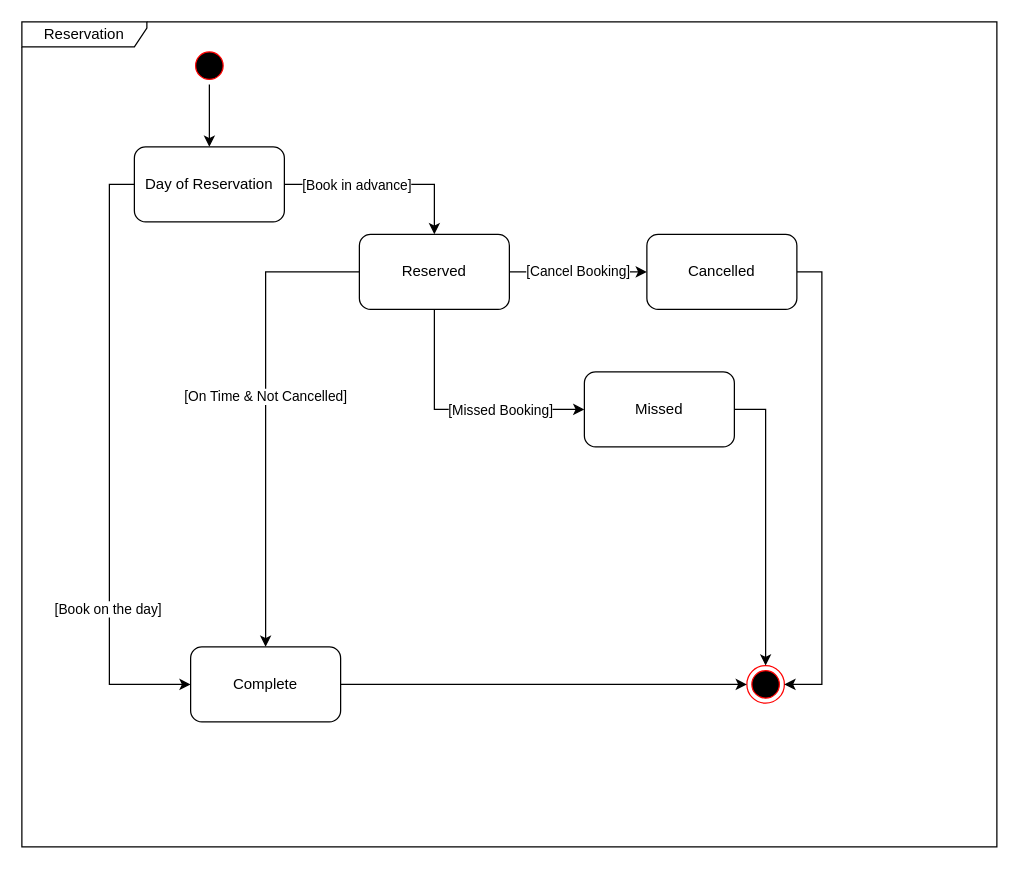
Above: week1/Assign2 Hotel State Diagram.drawio in Darren-ODonnell/BusinessModellingDiagrams (draw.io), before the change. Source tidied: cells renumbered, new cells numbered last; positions are measured from the earlier drawing's top-left corner, leaving out a move shared by most shapes. Both pictures are drawn from the tidied source at 125%, with x=0, y=0 at pixel (21, 21).
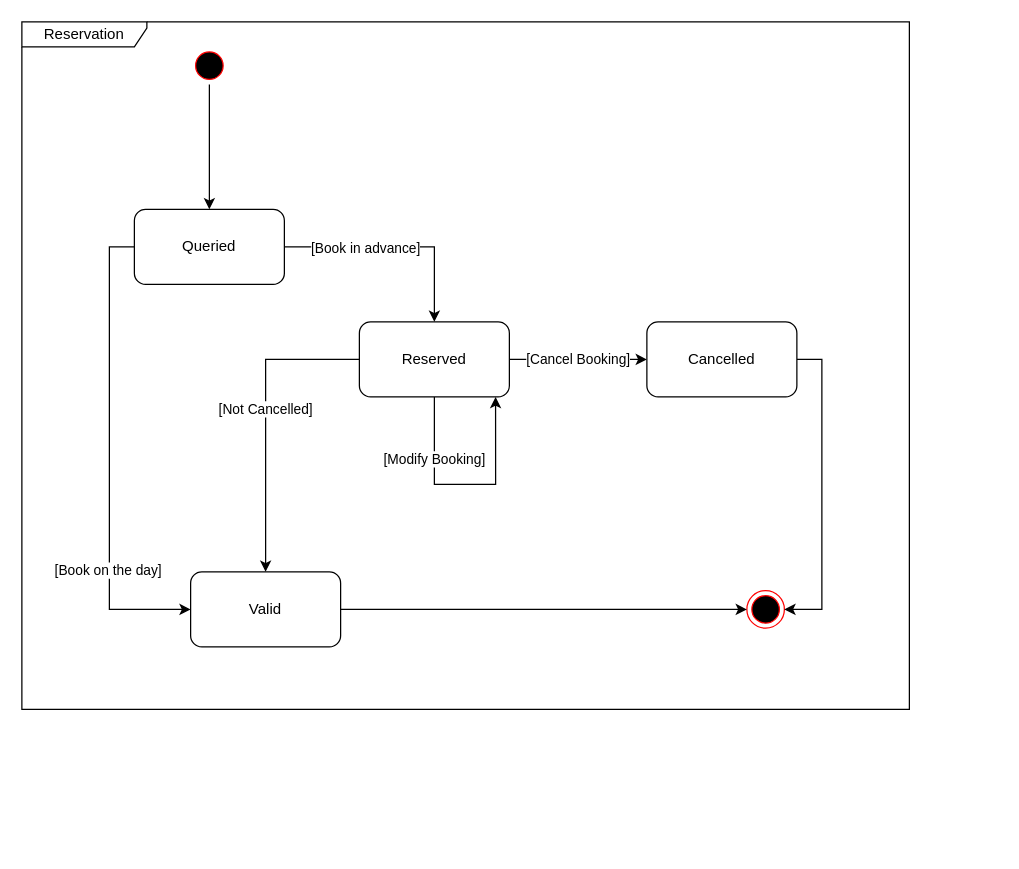
The same page after the edit.

Unchanged cells that the change refers to:
```xml
<mxCell id="4" style="ellipse;html=1;shape=startState;fillColor=#000000;strokeColor=#ff0000;" parent="1" vertex="1">
  <mxGeometry x="135" y="20" width="30" height="30" as="geometry" />
</mxCell>
<mxCell id="8" style="edgeStyle=orthogonalEdgeStyle;rounded=0;jettySize=auto;html=1;" parent="1" edge="1" source="10" target="13">
  <mxGeometry relative="1" as="geometry" />
</mxCell>
```

Diff of the diagram source:
```diff
@@
     <mxCell id="2" value="Reservation" style="shape=umlFrame;whiteSpace=wrap;html=1;width=100;height=20;" parent="1" vertex="1">
-      <mxGeometry width="780" height="660" as="geometry" />
+      <mxGeometry width="710" height="550" as="geometry" />
     </mxCell>
-    <mxCell id="3" style="edgeStyle=orthogonalEdgeStyle;rounded=0;jettySize=auto;html=1;" parent="1" edge="1" source="4" target="18">
-      <mxGeometry relative="1" as="geometry" />
-    </mxCell>
@@
-    <mxCell id="6" style="edgeStyle=orthogonalEdgeStyle;rounded=0;jettySize=auto;html=1;exitX=0.5;exitY=1;exitDx=0;exitDy=0;entryX=0;entryY=0.5;entryDx=0;entryDy=0;" parent="1" edge="1" source="10" target="22">
-      <mxGeometry relative="1" as="geometry">
-        <Array as="points">
-          <mxPoint x="330" y="310" />
-        </Array>
-      </mxGeometry>
-    </mxCell>
-    <mxCell id="7" value="[Missed Booking]" style="edgeLabel;html=1;align=center;verticalAlign=middle;" parent="6" vertex="1">
-      <mxGeometry x="0.19" y="-2" relative="1" as="geometry">
-        <mxPoint x="13" y="-2" as="offset" />
-      </mxGeometry>
-    </mxCell>
@@
-    <mxCell id="9" value="[On Time &amp;amp; Not Cancelled]" style="edgeLabel;html=1;align=center;verticalAlign=middle;" parent="8" vertex="1">
+    <mxCell id="9" value="[Not Cancelled]" style="edgeLabel;html=1;align=center;verticalAlign=middle;" parent="8" vertex="1">
       <mxGeometry x="-0.07" y="-1" relative="1" as="geometry" />
     </mxCell>
     <mxCell id="10" value="Reserved" style="rounded=1;whiteSpace=wrap;html=1;" parent="1" vertex="1">
-      <mxGeometry x="270" y="170" width="120" height="60" as="geometry" />
+      <mxGeometry x="270" y="240" width="120" height="60" as="geometry" />
     </mxCell>
     <mxCell id="11" style="ellipse;html=1;shape=endState;fillColor=#000000;strokeColor=#ff0000;" parent="1" vertex="1">
-      <mxGeometry x="580" y="515" width="30" height="30" as="geometry" />
+      <mxGeometry x="580" y="455" width="30" height="30" as="geometry" />
     </mxCell>
@@
-    <mxCell id="13" value="Complete" style="whiteSpace=wrap;html=1;rounded=1;" parent="1" vertex="1">
-      <mxGeometry x="135" y="500" width="120" height="60" as="geometry" />
+    <mxCell id="13" value="Valid" style="whiteSpace=wrap;html=1;rounded=1;" parent="1" vertex="1">
+      <mxGeometry x="135" y="440" width="120" height="60" as="geometry" />
     </mxCell>
@@
     <mxCell id="16" style="edgeStyle=orthogonalEdgeStyle;rounded=0;jettySize=auto;html=1;exitX=0;exitY=0.5;exitDx=0;exitDy=0;" parent="1" edge="1" source="18" target="13">
       <mxGeometry relative="1" as="geometry">
         <Array as="points">
-          <mxPoint x="70" y="130" />
-          <mxPoint x="70" y="530" />
+          <mxPoint x="70" y="180" />
+          <mxPoint x="70" y="470" />
         </Array>
       </mxGeometry>
     </mxCell>
@@
-    <mxCell id="18" value="Day of Reservation" style="rounded=1;whiteSpace=wrap;html=1;" parent="1" vertex="1">
-      <mxGeometry x="90" y="100" width="120" height="60" as="geometry" />
+    <mxCell id="18" value="Queried" style="rounded=1;whiteSpace=wrap;html=1;" parent="1" vertex="1">
+      <mxGeometry x="90" y="150" width="120" height="60" as="geometry" />
     </mxCell>
     <mxCell id="19" style="edgeStyle=orthogonalEdgeStyle;rounded=0;jettySize=auto;html=1;entryX=1;entryY=0.5;entryDx=0;entryDy=0;exitX=1;exitY=0.5;exitDx=0;exitDy=0;" parent="1" edge="1" source="20" target="11">
       <mxGeometry relative="1" as="geometry">
         <Array as="points">
-          <mxPoint x="640" y="200" />
-          <mxPoint x="640" y="530" />
+          <mxPoint x="640" y="270" />
+          <mxPoint x="640" y="470" />
         </Array>
       </mxGeometry>
     </mxCell>
     <mxCell id="20" value="Cancelled" style="rounded=1;whiteSpace=wrap;html=1;" parent="1" vertex="1">
-      <mxGeometry x="500" y="170" width="120" height="60" as="geometry" />
+      <mxGeometry x="500" y="240" width="120" height="60" as="geometry" />
     </mxCell>
-    <mxCell id="21" style="edgeStyle=orthogonalEdgeStyle;rounded=0;jettySize=auto;html=1;exitX=1;exitY=0.5;exitDx=0;exitDy=0;entryX=0.5;entryY=0;entryDx=0;entryDy=0;" parent="1" edge="1" source="22" target="11">
-      <mxGeometry relative="1" as="geometry" />
-    </mxCell>
-    <mxCell id="22" value="Missed" style="rounded=1;whiteSpace=wrap;html=1;" parent="1" vertex="1">
-      <mxGeometry x="450" y="280" width="120" height="60" as="geometry" />
-    </mxCell>
+    <mxCell id="23" value="[Modify Booking]" style="edgeStyle=orthogonalEdgeStyle;rounded=0;orthogonalLoop=1;jettySize=auto;html=1;exitX=0.5;exitY=1;exitDx=0;exitDy=0;entryX=0.908;entryY=1;entryDx=0;entryDy=0;entryPerimeter=0;" parent="1" edge="1" source="10" target="10">
+      <mxGeometry x="-0.47" relative="1" as="geometry">
+        <Array as="points">
+          <mxPoint x="330" y="370" />
+          <mxPoint x="379" y="370" />
+        </Array>
+      </mxGeometry>
+    </mxCell>
+    <mxCell id="3" style="edgeStyle=orthogonalEdgeStyle;rounded=0;jettySize=auto;html=1;exitX=0.5;exitY=1;exitDx=0;exitDy=0;" parent="1" edge="1" source="4" target="18">
+      <mxGeometry relative="1" as="geometry" />
+    </mxCell>
```
